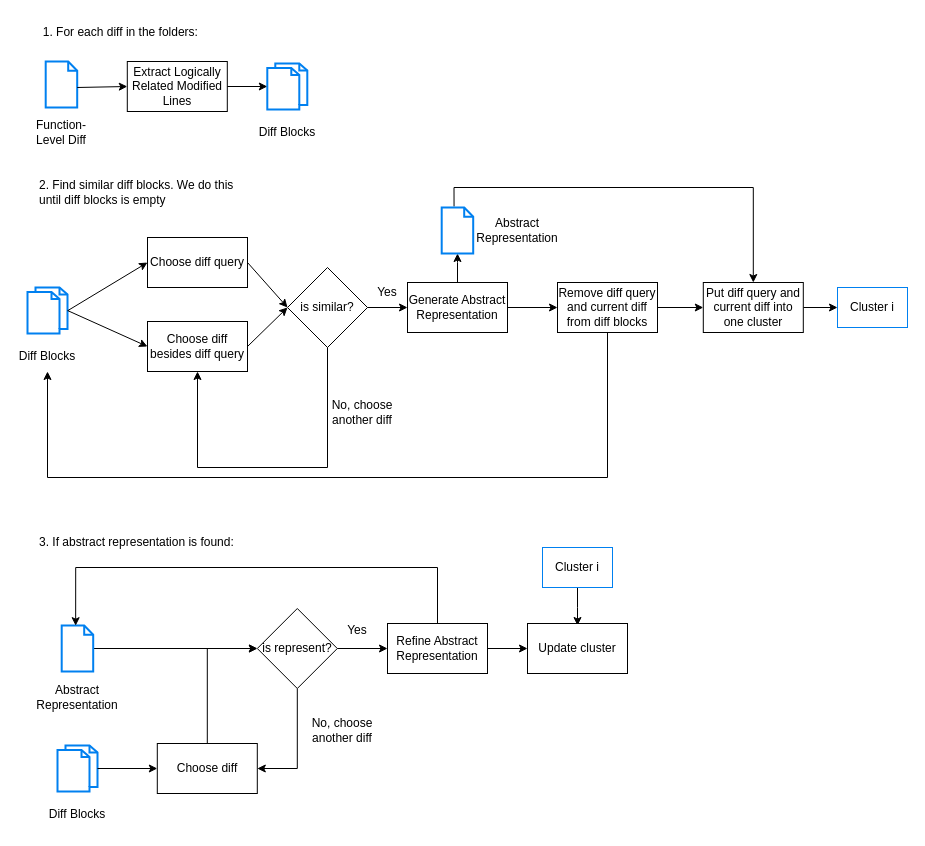
Earlier version of the draw.io diagram smpl_translation/flow_sp_llm.drawio (imamnurby/graphs). Source tidied: cells renumbered, new cells numbered last; positions are measured from the earlier drawing's top-left corner, leaving out a move shared by most shapes. Both pictures are drawn from the tidied source at 100%, with x=0, y=0 at pixel (17, 17).
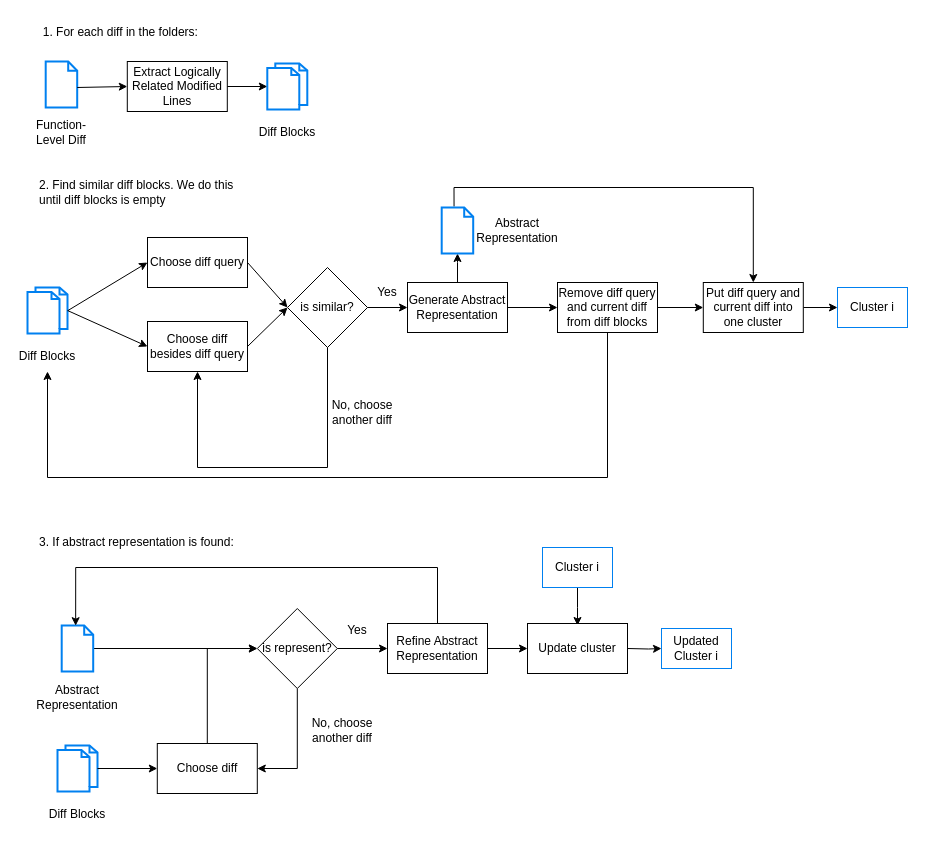
After the change.

Change to the diagram source:
```diff
@@
+    <mxCell id="60" style="edgeStyle=orthogonalEdgeStyle;rounded=0;jettySize=auto;html=1;" parent="1" edge="1" target="61">
+      <mxGeometry relative="1" as="geometry">
+        <mxPoint x="610" y="631" as="sourcePoint" />
+      </mxGeometry>
+    </mxCell>
+    <mxCell id="61" value="Updated Cluster i" style="rounded=0;whiteSpace=wrap;html=1;fillColor=#FFFFFF;strokeColor=#0080f0;" parent="1" vertex="1">
+      <mxGeometry x="644" y="611" width="70" height="40" as="geometry" />
+    </mxCell>
```
